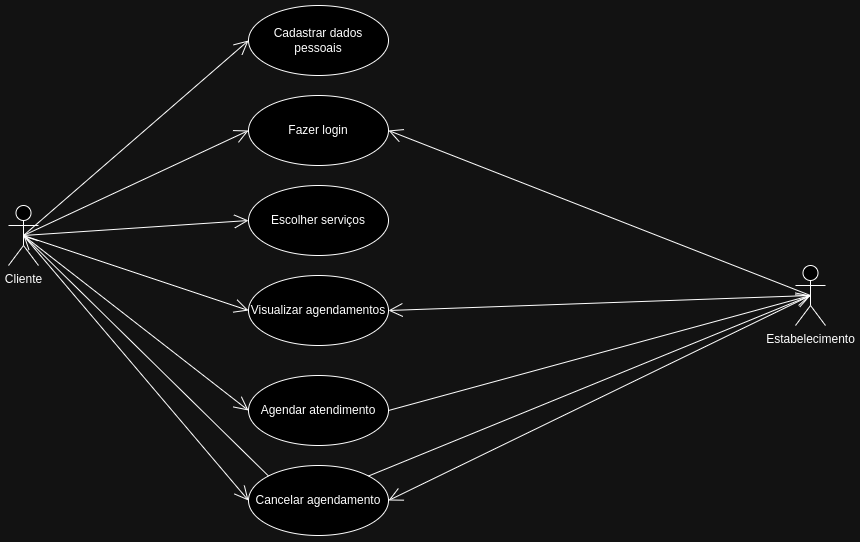
ICEI-PUC-Minas-PMV-ADS/pmv-ads-2024-1-e2-proj-int-t9-pmv-ads-2024-1-e2-proj-barberease keeps this draw.io diagram as docs/img/barberease-usecase-diagram.png. Above is the earlier version. Source tidied: cells renumbered, new cells last; positions are measured from the earlier drawing's top-left corner, leaving out a move shared by most shapes.
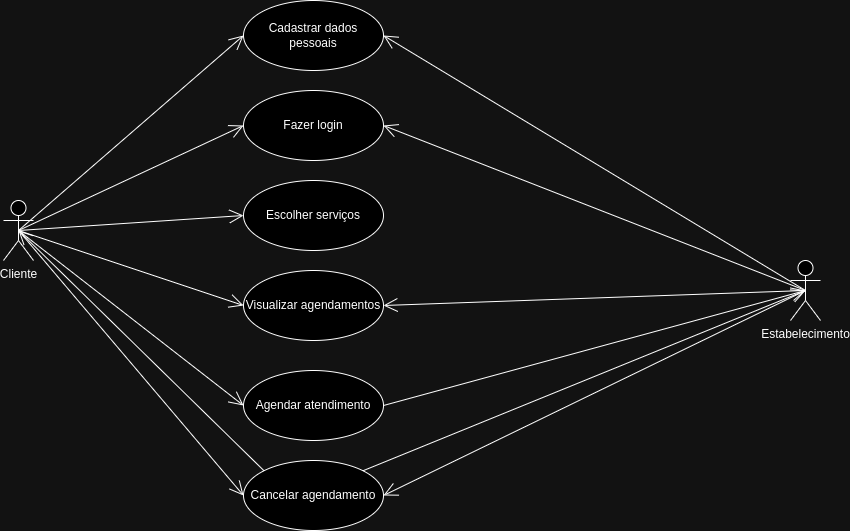
Later version of the same file.

What changed in the source:
```diff
@@ -62,5 +62,8 @@
     <mxCell id="21" style="endArrow=open;endFill=1;endSize=12;html=1;rounded=0;exitX=0;exitY=0;exitDx=0;exitDy=0;entryX=0.5;entryY=0.5;entryDx=0;entryDy=0;entryPerimeter=0;" parent="1" edge="1" source="8" target="2">
       <mxGeometry relative="1" as="geometry" />
     </mxCell>
+    <mxCell id="22" style="endArrow=open;endFill=1;endSize=12;html=1;rounded=0;exitX=0.5;exitY=0.5;exitDx=0;exitDy=0;exitPerimeter=0;entryX=1;entryY=0.5;entryDx=0;entryDy=0;" parent="1" edge="1" source="3" target="4">
+      <mxGeometry relative="1" as="geometry" />
+    </mxCell>
   </root>
 </mxGraphModel>
```
